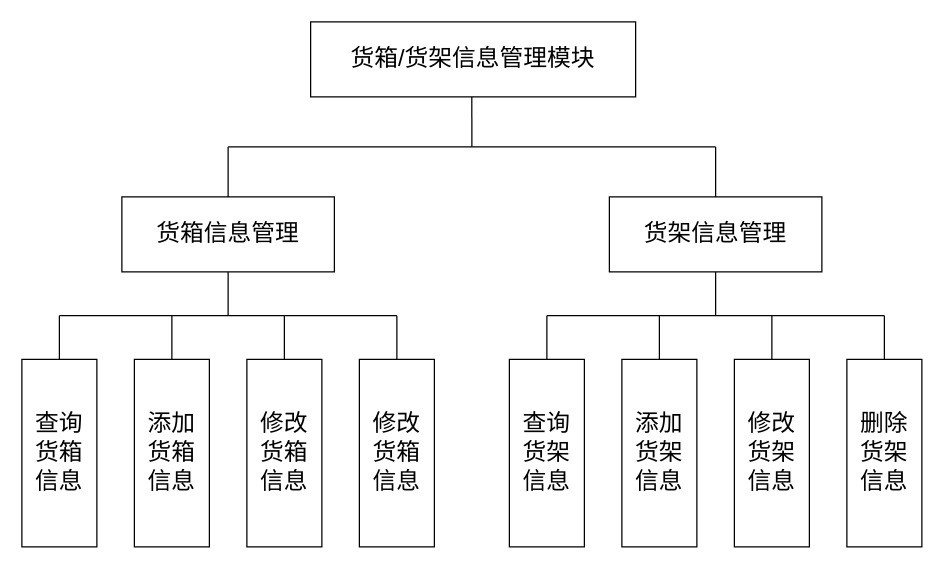
This is page "货箱/架信息管理模块" (1 of 2) of 货箱/架信息管理模块.drawio from TeasusZt/DT, a draw.io file, before an edit. Source tidied: cells renumbered, new cells numbered last; positions are measured from the earlier drawing's top-left corner, leaving out a move shared by most shapes. Both pictures are drawn from the tidied source at 125%, with x=0, y=0 at pixel (21, 21).
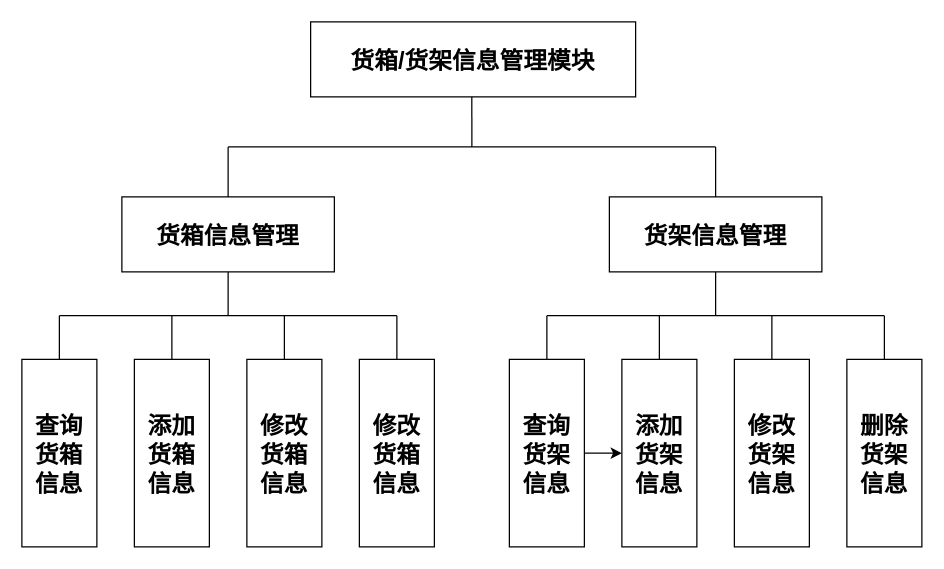
After the change.

Diff of the diagram source:
```diff
@@
-    <mxCell id="2" value="货箱/货架信息管理模块" style="rounded=0;whiteSpace=wrap;html=1;align=center;fontSize=19;" parent="1" vertex="1">
+    <mxCell id="2" value="货箱/货架信息管理模块" style="fontSize=19;fontStyle=1;" parent="1" vertex="1">
       <mxGeometry x="231" width="260" height="60" as="geometry" />
     </mxCell>
-    <mxCell id="3" value="货箱信息管理" style="rounded=0;whiteSpace=wrap;html=1;align=center;fontSize=19;" parent="1" vertex="1">
+    <mxCell id="3" value="货箱信息管理" style="fontSize=19;fontStyle=1;" parent="1" vertex="1">
       <mxGeometry x="80" y="140" width="170" height="60" as="geometry" />
     </mxCell>
-    <mxCell id="4" value="货架信息管理" style="rounded=0;whiteSpace=wrap;html=1;align=center;fontSize=19;" parent="1" vertex="1">
+    <mxCell id="4" value="货架信息管理" style="fontSize=19;fontStyle=1;" parent="1" vertex="1">
       <mxGeometry x="470" y="140" width="170" height="60" as="geometry" />
     </mxCell>
-    <mxCell id="5" value="查询&lt;br&gt;货箱&lt;br&gt;信息" style="rounded=0;whiteSpace=wrap;html=1;fontSize=19;align=center;" parent="1" vertex="1">
+    <mxCell id="5" value="查询&#10;货箱&#10;信息" style="fontSize=19;fontStyle=1;" parent="1" vertex="1">
       <mxGeometry y="270" width="60" height="150" as="geometry" />
     </mxCell>
-    <mxCell id="6" value="添加&lt;br&gt;货箱&lt;br&gt;信息" style="rounded=0;whiteSpace=wrap;html=1;fontSize=19;align=center;" parent="1" vertex="1">
+    <mxCell id="6" value="添加&#10;货箱&#10;信息" style="fontSize=19;fontStyle=1;" parent="1" vertex="1">
       <mxGeometry x="90" y="270" width="60" height="150" as="geometry" />
     </mxCell>
-    <mxCell id="7" value="修改&lt;br&gt;货箱&lt;br&gt;信息" style="rounded=0;whiteSpace=wrap;html=1;fontSize=19;align=center;" parent="1" vertex="1">
+    <mxCell id="7" value="修改&#10;货箱&#10;信息" style="fontSize=19;fontStyle=1;" parent="1" vertex="1">
       <mxGeometry x="180" y="270" width="60" height="150" as="geometry" />
     </mxCell>
-    <mxCell id="8" value="修改&lt;br&gt;货箱&lt;br&gt;信息" style="rounded=0;whiteSpace=wrap;html=1;fontSize=19;align=center;" parent="1" vertex="1">
+    <mxCell id="8" value="修改&#10;货箱&#10;信息" style="fontSize=19;fontStyle=1;" parent="1" vertex="1">
       <mxGeometry x="270" y="270" width="60" height="150" as="geometry" />
     </mxCell>
+    <mxCell id="29" style="edgeStyle=orthogonalEdgeStyle;rounded=0;jettySize=auto;html=1;fontSize=19;fontColor=#000000;" parent="1" edge="1" source="9" target="10">
+      <mxGeometry relative="1" as="geometry" />
+    </mxCell>
-    <mxCell id="9" value="查询&lt;br&gt;货架&lt;br&gt;信息" style="rounded=0;whiteSpace=wrap;html=1;fontSize=19;align=center;" parent="1" vertex="1">
+    <mxCell id="9" value="查询&#10;货架&#10;信息" style="fontSize=19;fontStyle=1;" parent="1" vertex="1">
       <mxGeometry x="390" y="270" width="60" height="150" as="geometry" />
     </mxCell>
-    <mxCell id="10" value="添加&lt;br&gt;货架&lt;br&gt;信息" style="rounded=0;whiteSpace=wrap;html=1;fontSize=19;align=center;" parent="1" vertex="1">
+    <mxCell id="10" value="添加&#10;货架&#10;信息" style="fontSize=19;fontStyle=1;" parent="1" vertex="1">
       <mxGeometry x="480" y="270" width="60" height="150" as="geometry" />
     </mxCell>
-    <mxCell id="11" value="修改&lt;br&gt;货架&lt;br&gt;信息" style="rounded=0;whiteSpace=wrap;html=1;fontSize=19;align=center;" parent="1" vertex="1">
+    <mxCell id="11" value="修改&#10;货架&#10;信息" style="fontSize=19;fontStyle=1;" parent="1" vertex="1">
       <mxGeometry x="570" y="270" width="60" height="150" as="geometry" />
     </mxCell>
-    <mxCell id="12" value="删除&lt;br&gt;货架&lt;br&gt;信息" style="rounded=0;whiteSpace=wrap;html=1;fontSize=19;align=center;" parent="1" vertex="1">
+    <mxCell id="12" value="删除&#10;货架&#10;信息" style="fontSize=19;fontStyle=1;" parent="1" vertex="1">
       <mxGeometry x="660" y="270" width="60" height="150" as="geometry" />
     </mxCell>
```
